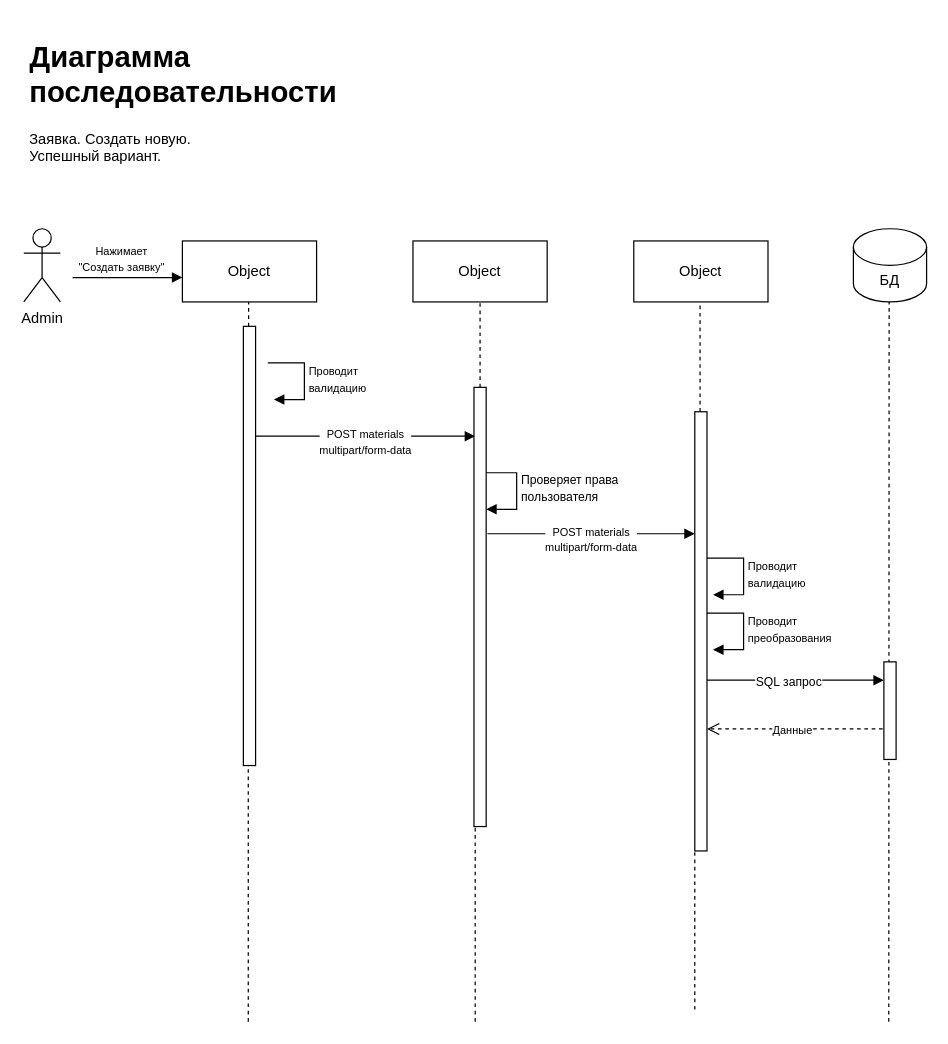
Before: sequence_diagram_example.drawio in L-Valentine/Plantuml, a draw.io diagram. Source tidied: cells renumbered, new cells numbered last; positions are measured from the earlier drawing's top-left corner, leaving out a move shared by most shapes. Both pictures are drawn from the tidied source at 122%, with x=0, y=0 at pixel (23, 33).
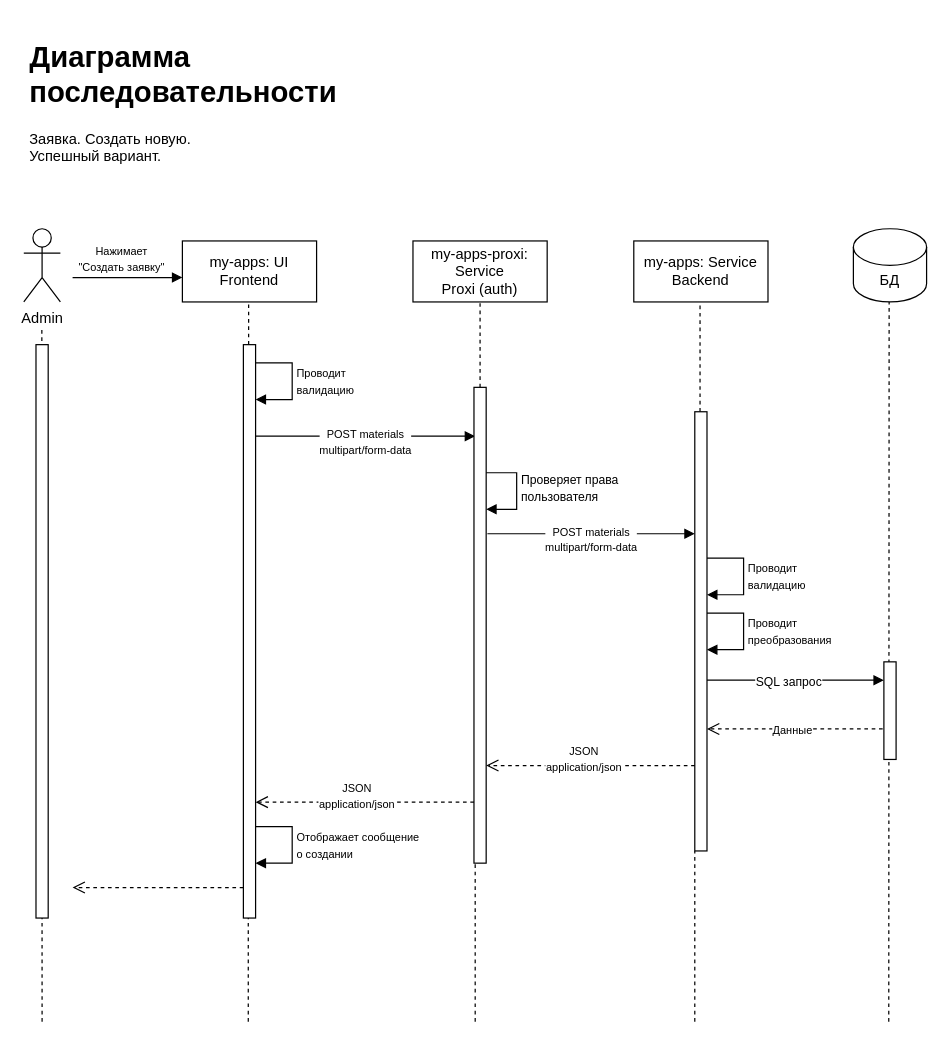
The same page after the edit.

The change refers to these unchanged cells:
```xml
<mxCell id="22" style="html=1;points=[[0,0,0,0,5],[0,1,0,0,-5],[1,0,0,0,5],[1,1,0,0,-5]];perimeter=orthogonalPerimeter;outlineConnect=0;targetShapes=umlLifeline;portConstraint=eastwest;newEdgeStyle={&quot;curved&quot;:0,&quot;rounded&quot;:0};" parent="1" vertex="1">
  <mxGeometry x="550" y="310" width="10" height="360" as="geometry" />
</mxCell>
```

Diff of the diagram source:
```diff
@@
-    <mxCell id="3" value="Object" style="html=1;whiteSpace=wrap;" parent="1" vertex="1">
+    <mxCell id="3" value="my-apps: Service&lt;br&gt;Backend" style="html=1;whiteSpace=wrap;" parent="1" vertex="1">
       <mxGeometry x="500" y="170" width="110" height="50" as="geometry" />
     </mxCell>
-    <mxCell id="4" value="Object" style="html=1;whiteSpace=wrap;" parent="1" vertex="1">
+    <mxCell id="4" value="my-apps-proxi:&lt;br&gt;Service&lt;br&gt;Proxi (auth)" style="html=1;whiteSpace=wrap;" parent="1" vertex="1">
       <mxGeometry x="319" y="170" width="110" height="50" as="geometry" />
     </mxCell>
-    <mxCell id="5" value="Object" style="html=1;whiteSpace=wrap;" parent="1" vertex="1">
+    <mxCell id="5" value="my-apps: UI&lt;br&gt;Frontend" style="html=1;whiteSpace=wrap;" parent="1" vertex="1">
       <mxGeometry x="130" y="170" width="110" height="50" as="geometry" />
     </mxCell>
@@
     <mxCell id="14" style="html=1;points=[[0,0,0,0,5],[0,1,0,0,-5],[1,0,0,0,5],[1,1,0,0,-5]];perimeter=orthogonalPerimeter;outlineConnect=0;targetShapes=umlLifeline;portConstraint=eastwest;newEdgeStyle={&quot;curved&quot;:0,&quot;rounded&quot;:0};" parent="1" vertex="1">
-      <mxGeometry x="180" y="240" width="10" height="360" as="geometry" />
+      <mxGeometry x="180" y="255" width="10" height="470" as="geometry" />
     </mxCell>
-    <mxCell id="15" value="&lt;font style=&quot;font-size: 9px;&quot;&gt;Проводит &lt;br&gt;валидацию&lt;/font&gt;" style="html=1;align=left;spacingLeft=2;endArrow=block;rounded=0;edgeStyle=orthogonalEdgeStyle;curved=0;rounded=0;" parent="1" edge="1">
+    <mxCell id="15" value="&lt;font style=&quot;font-size: 9px;&quot;&gt;Проводит &lt;br&gt;валидацию&lt;/font&gt;" style="html=1;align=left;spacingLeft=2;endArrow=block;rounded=0;edgeStyle=orthogonalEdgeStyle;curved=0;rounded=0;" parent="1" edge="1" target="22">
       <mxGeometry relative="1" as="geometry">
         <mxPoint x="560" y="430" as="sourcePoint" />
-        <mxPoint x="565" y="460" as="targetPoint" />
         <Array as="points">
+          <mxPoint x="590" y="430" />
           <mxPoint x="590" y="460" />
         </Array>
       </mxGeometry>
     </mxCell>
@@
     <mxCell id="19" style="html=1;points=[[0,0,0,0,5],[0,1,0,0,-5],[1,0,0,0,5],[1,1,0,0,-5]];perimeter=orthogonalPerimeter;outlineConnect=0;targetShapes=umlLifeline;portConstraint=eastwest;newEdgeStyle={&quot;curved&quot;:0,&quot;rounded&quot;:0};" parent="1" vertex="1">
-      <mxGeometry x="369" y="290" width="10" height="360" as="geometry" />
+      <mxGeometry x="369" y="290" width="10" height="390" as="geometry" />
     </mxCell>
-    <mxCell id="20" value="&lt;font style=&quot;font-size: 9px;&quot;&gt;Проводит &lt;br&gt;валидацию&lt;/font&gt;" style="html=1;align=left;spacingLeft=2;endArrow=block;rounded=0;edgeStyle=orthogonalEdgeStyle;curved=0;rounded=0;" parent="1" edge="1">
+    <mxCell id="20" value="&lt;font style=&quot;font-size: 9px;&quot;&gt;Проводит &lt;br&gt;валидацию&lt;/font&gt;" style="html=1;align=left;spacingLeft=2;endArrow=block;rounded=0;edgeStyle=orthogonalEdgeStyle;curved=0;rounded=0;" parent="1" edge="1" target="14">
       <mxGeometry relative="1" as="geometry">
-        <mxPoint x="200" y="270" as="sourcePoint" />
-        <mxPoint x="205" y="300" as="targetPoint" />
+        <mxPoint x="190" y="270" as="sourcePoint" />
         <Array as="points">
-          <mxPoint x="230" y="300" />
+          <mxPoint x="220" y="270" />
+          <mxPoint x="220" y="300" />
         </Array>
       </mxGeometry>
     </mxCell>
     <mxCell id="21" style="endArrow=none;dashed=1;html=1;rounded=0;" parent="1" edge="1" target="22">
       <mxGeometry relative="1" as="geometry">
-        <mxPoint x="550" y="800" as="sourcePoint" />
+        <mxPoint x="550" y="810" as="sourcePoint" />
       </mxGeometry>
     </mxCell>
@@
-    <mxCell id="24" value="&lt;font style=&quot;font-size: 9px;&quot;&gt;Проводит &lt;br&gt;преобразования&lt;br&gt;&lt;/font&gt;" style="html=1;align=left;spacingLeft=2;endArrow=block;rounded=0;edgeStyle=orthogonalEdgeStyle;curved=0;rounded=0;" parent="1" edge="1">
+    <mxCell id="24" value="&lt;font style=&quot;font-size: 9px;&quot;&gt;Проводит &lt;br&gt;преобразования&lt;br&gt;&lt;/font&gt;" style="html=1;align=left;spacingLeft=2;endArrow=block;rounded=0;edgeStyle=orthogonalEdgeStyle;curved=0;rounded=0;" parent="1" edge="1" target="22">
       <mxGeometry relative="1" as="geometry">
         <mxPoint x="560" y="475" as="sourcePoint" />
-        <mxPoint x="565" y="505" as="targetPoint" />
         <Array as="points">
+          <mxPoint x="590" y="475" />
           <mxPoint x="590" y="505" />
         </Array>
       </mxGeometry>
     </mxCell>
@@
+    <mxCell id="28" value="&lt;font style=&quot;font-size: 9px;&quot;&gt;JSON&lt;br&gt;application/json&lt;br&gt;&lt;/font&gt;" style="html=1;verticalAlign=bottom;endArrow=open;dashed=1;endSize=8;curved=0;rounded=0;" parent="1" edge="1" target="19">
+      <mxGeometry x="0.07" y="10" relative="1" as="geometry">
+        <mxPoint x="550" y="600" as="sourcePoint" />
+      </mxGeometry>
+    </mxCell>
+    <mxCell id="29" value="&lt;font style=&quot;font-size: 9px;&quot;&gt;JSON&lt;br&gt;application/json&lt;br&gt;&lt;/font&gt;" style="html=1;verticalAlign=bottom;endArrow=open;dashed=1;endSize=8;curved=0;rounded=0;" parent="1" edge="1" target="14">
+      <mxGeometry x="0.07" y="10" relative="1" as="geometry">
+        <mxPoint x="369" y="630" as="sourcePoint" />
+      </mxGeometry>
+    </mxCell>
+    <mxCell id="30" value="&lt;font style=&quot;font-size: 9px;&quot;&gt;Отображает сообщение&lt;br&gt;о создании&lt;br&gt;&lt;/font&gt;" style="html=1;align=left;spacingLeft=2;endArrow=block;rounded=0;edgeStyle=orthogonalEdgeStyle;curved=0;rounded=0;" parent="1" edge="1" target="14">
+      <mxGeometry relative="1" as="geometry">
+        <mxPoint x="190" y="650" as="sourcePoint" />
+        <Array as="points">
+          <mxPoint x="220" y="650" />
+          <mxPoint x="220" y="680" />
+        </Array>
+      </mxGeometry>
+    </mxCell>
+    <mxCell id="31" style="endArrow=none;dashed=1;html=1;rounded=0;" parent="1" edge="1">
+      <mxGeometry relative="1" as="geometry">
+        <mxPoint x="15" y="810" as="sourcePoint" />
+        <mxPoint x="14.8" y="240" as="targetPoint" />
+      </mxGeometry>
+    </mxCell>
+    <mxCell id="32" style="html=1;perimeter=orthogonalPerimeter;targetShapes=umlLifeline;newEdgeStyle={&quot;curved&quot;:0,&quot;rounded&quot;:0};" parent="1" vertex="1">
+      <mxGeometry x="10" y="255" width="10" height="470" as="geometry" />
+    </mxCell>
+    <mxCell id="33" style="html=1;verticalAlign=bottom;endArrow=open;dashed=1;endSize=8;curved=0;rounded=0;" parent="1" edge="1">
+      <mxGeometry relative="1" as="geometry">
+        <mxPoint x="180" y="700" as="sourcePoint" />
+        <mxPoint x="40" y="700" as="targetPoint" />
+      </mxGeometry>
+    </mxCell>
```
